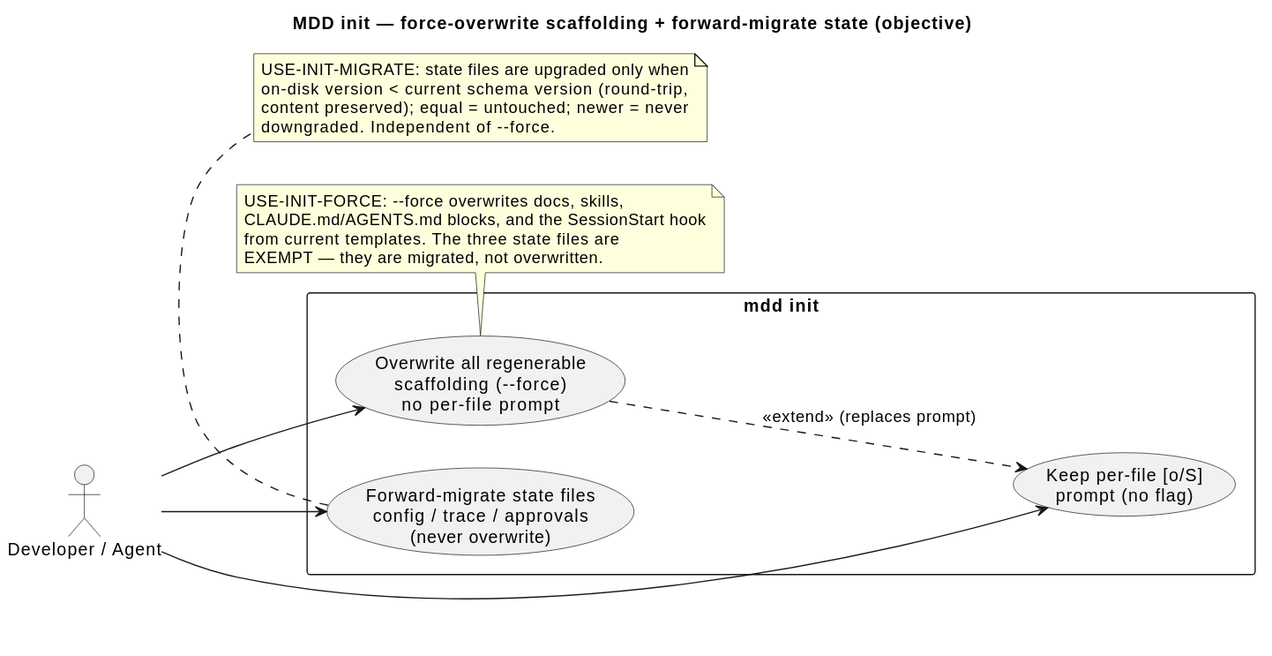
The PlantUML diagram .mdd/rendered/models/objective/use-cases/init-scaffold.svg in cthadeufaria/model-driven-development, before a commit.
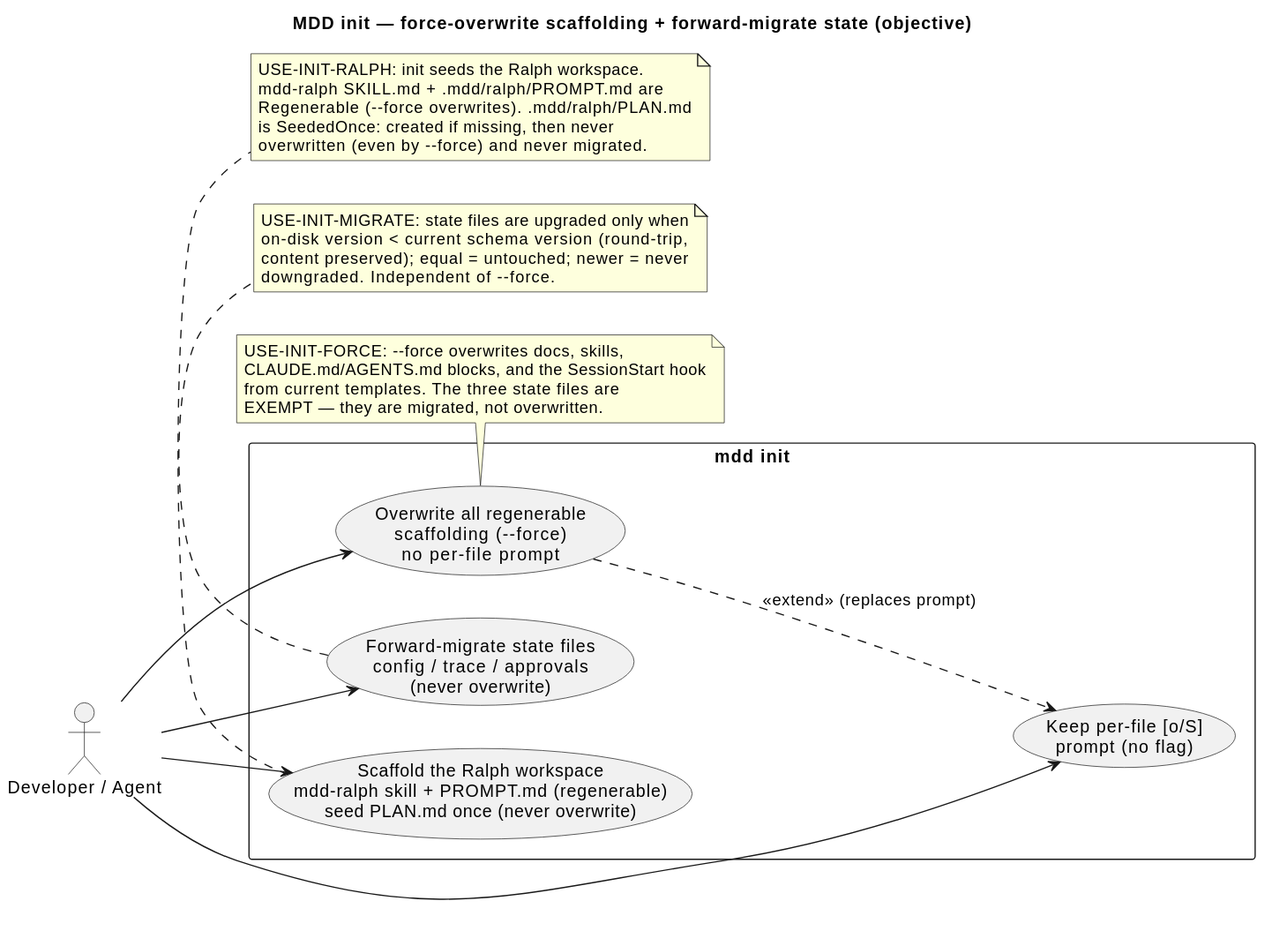
Later version of the same file.

Change to the diagram source:
```diff
@@ -9,11 +9,13 @@
   usecase "Overwrite all regenerable\nscaffolding (--force)\nno per-file prompt" as Force
   usecase "Keep per-file [o/S]\nprompt (no flag)" as Prompt
   usecase "Forward-migrate state files\nconfig / trace / approvals\n(never overwrite)" as Migrate
+  usecase "Scaffold the Ralph workspace\nmdd-ralph skill + PROMPT.md (regenerable)\nseed PLAN.md once (never overwrite)" as Ralph
 }
 
 Dev --> Force
 Dev --> Prompt
 Dev --> Migrate
+Dev --> Ralph
 
 Force ..> Prompt : <<extend>> (replaces prompt)
 
@@ -30,4 +32,12 @@
   content preserved); equal = untouched; newer = never
   downgraded. Independent of --force.
 end note
+
+note bottom of Ralph
+  USE-INIT-RALPH: init seeds the Ralph workspace.
+  mdd-ralph SKILL.md + .mdd/ralph/PROMPT.md are
+  Regenerable (--force overwrites). .mdd/ralph/PLAN.md
+  is SeededOnce: created if missing, then never
+  overwritten (even by --force) and never migrated.
+end note
 @enduml
```
